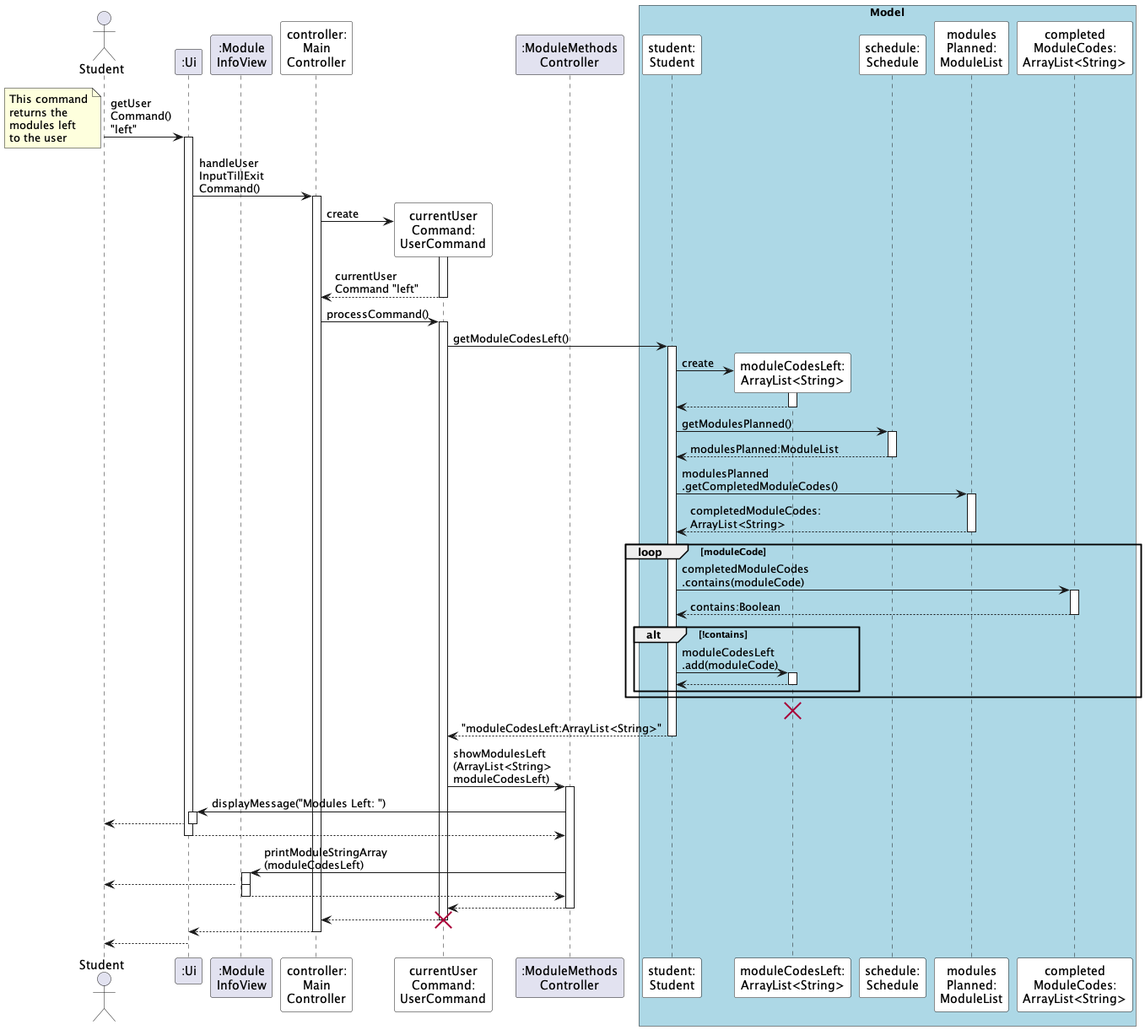
Above: docs/diagrams/LeftFeature_Seq.png in ryanlohyr/NUSDegs (PlantUML), before the change. The source it was exported from:
```plantuml
@startuml

autoactivate on

actor Student

participant ":Ui" as UI
participant ":Module\nInfoView" as MIV


Student -> UI: getUser\nCommand() \n"left"
note bottom
This command
returns the
modules left
to the user
end note

participant "controller:\nMain\nController" as MC #white

UI -> MC: handleUser\nInputTillExit\nCommand()

participant "currentUser\nCommand:\nUserCommand" as UC #white

participant ":ModuleMethods\nController" as MMC


MC -> UC **: create
activate UC
UC --> MC: currentUser\nCommand "left"

MC -> UC: processCommand()

box "Model" #LightBlue
participant "student:\nStudent" as S #white
participant "moduleCodesLeft:\nArrayList<String>" as MCL #white
participant "schedule:\nSchedule" as SCH #white
participant "modules\nPlanned:\nModuleList" as MP #white
participant "completed\nModuleCodes:\nArrayList<String>" as CMC #white
end box



UC -> S: getModuleCodesLeft()


S -> MCL **: create
activate MCL
MCL --> S



S -> SCH: getModulesPlanned()
SCH --> S: modulesPlanned:ModuleList


S -> MP: modulesPlanned\n.getCompletedModuleCodes()
MP --> S: completedModuleCodes:\nArrayList<String>



loop moduleCode

    S -> CMC: completedModuleCodes\n.contains(moduleCode)
    CMC --> S: contains:Boolean

    alt !contains
        S -> MCL: moduleCodesLeft\n.add(moduleCode)
        MCL --> S
    end

end

destroy MCL

S --> UC: "moduleCodesLeft:ArrayList<String>"


UC -> MMC: showModulesLeft\n(ArrayList<String> \nmoduleCodesLeft)

MMC -> UI: displayMessage("Modules Left: ")
UI --> Student
UI --> MMC


MMC -> MIV: printModuleStringArray\n(moduleCodesLeft)
activate MIV
MIV --> Student
MIV --> MMC
deactivate MIV


MMC --> UC

UC --> MC
destroy UC


MC --> UI
UI --> Student



@enduml
```
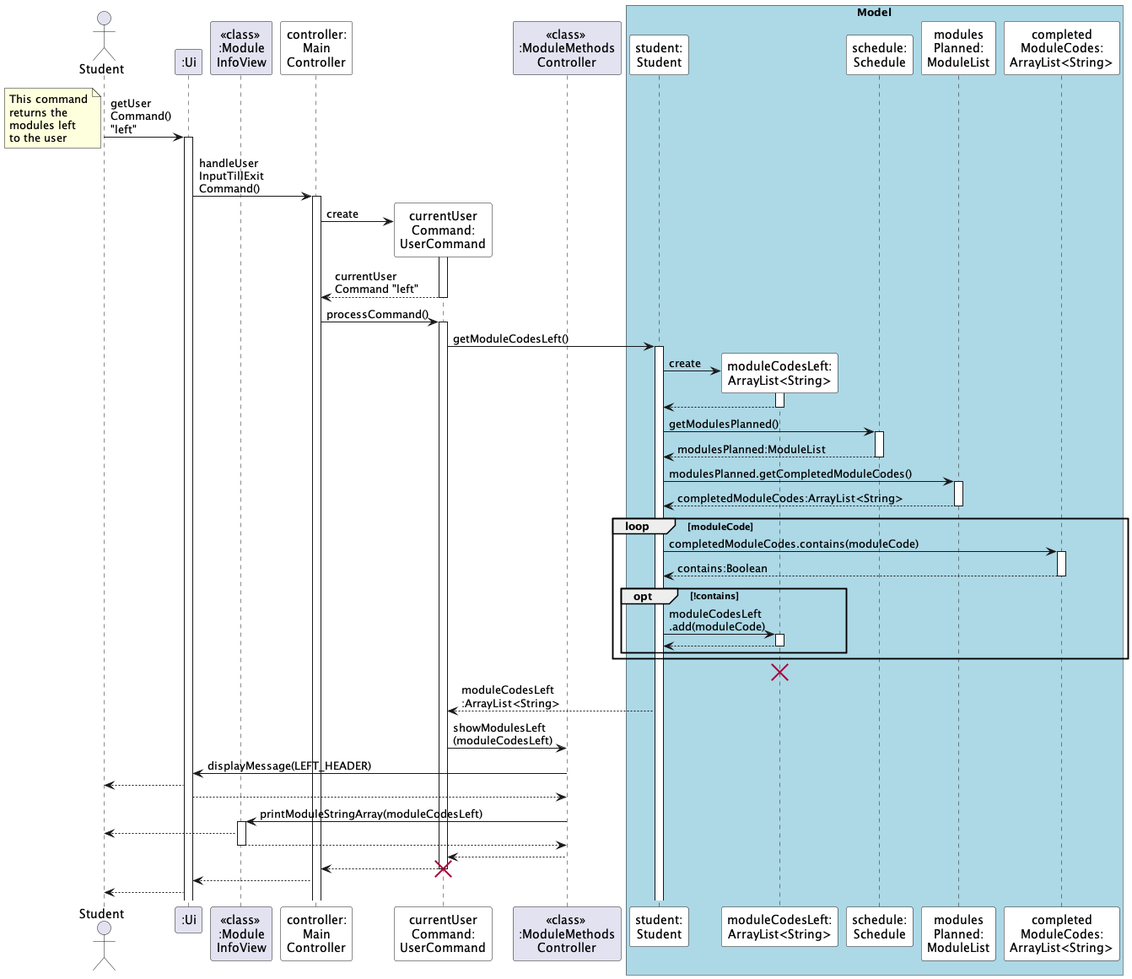
The same file after the commit.

Diff of the diagram source:
```diff
@@ -1,14 +1,14 @@
 @startuml
 
-autoactivate on
 
 actor Student
 
 participant ":Ui" as UI
-participant ":Module\nInfoView" as MIV
+participant "<<class>> \n:Module\nInfoView" as MIV
 
 
 Student -> UI: getUser\nCommand() \n"left"
+activate UI
 note bottom
 This command
 returns the
@@ -19,17 +19,20 @@
 participant "controller:\nMain\nController" as MC #white
 
 UI -> MC: handleUser\nInputTillExit\nCommand()
+activate MC
 
 participant "currentUser\nCommand:\nUserCommand" as UC #white
 
-participant ":ModuleMethods\nController" as MMC
+participant "<<class>> \n:ModuleMethods\nController" as MMC
 
 
 MC -> UC **: create
 activate UC
 UC --> MC: currentUser\nCommand "left"
+deactivate UC
 
 MC -> UC: processCommand()
+activate UC
 
 box "Model" #LightBlue
 participant "student:\nStudent" as S #white
@@ -42,48 +45,57 @@
 
 
 UC -> S: getModuleCodesLeft()
+activate S
 
 
 S -> MCL **: create
 activate MCL
 MCL --> S
+deactivate MCL
 
 
 
 S -> SCH: getModulesPlanned()
+activate SCH
 SCH --> S: modulesPlanned:ModuleList
+deactivate SCH
 
 
-S -> MP: modulesPlanned\n.getCompletedModuleCodes()
-MP --> S: completedModuleCodes:\nArrayList<String>
-
+S -> MP: modulesPlanned.getCompletedModuleCodes()
+activate MP
+MP --> S: completedModuleCodes:ArrayList<String>
+deactivate MP
 
 
 loop moduleCode
 
-    S -> CMC: completedModuleCodes\n.contains(moduleCode)
+    S -> CMC: completedModuleCodes.contains(moduleCode)
+    activate CMC
     CMC --> S: contains:Boolean
+    deactivate CMC
 
-    alt !contains
+    opt !contains
         S -> MCL: moduleCodesLeft\n.add(moduleCode)
+        activate MCL
         MCL --> S
+        deactivate MCL
     end
 
 end
 
 destroy MCL
 
-S --> UC: "moduleCodesLeft:ArrayList<String>"
+S --> UC: moduleCodesLeft\n:ArrayList<String>
 
 
-UC -> MMC: showModulesLeft\n(ArrayList<String> \nmoduleCodesLeft)
+UC -> MMC: showModulesLeft\n(moduleCodesLeft)
 
-MMC -> UI: displayMessage("Modules Left: ")
+MMC -> UI: displayMessage(LEFT_HEADER)
 UI --> Student
 UI --> MMC
 
 
-MMC -> MIV: printModuleStringArray\n(moduleCodesLeft)
+MMC -> MIV: printModuleStringArray(moduleCodesLeft)
 activate MIV
 MIV --> Student
 MIV --> MMC
```
